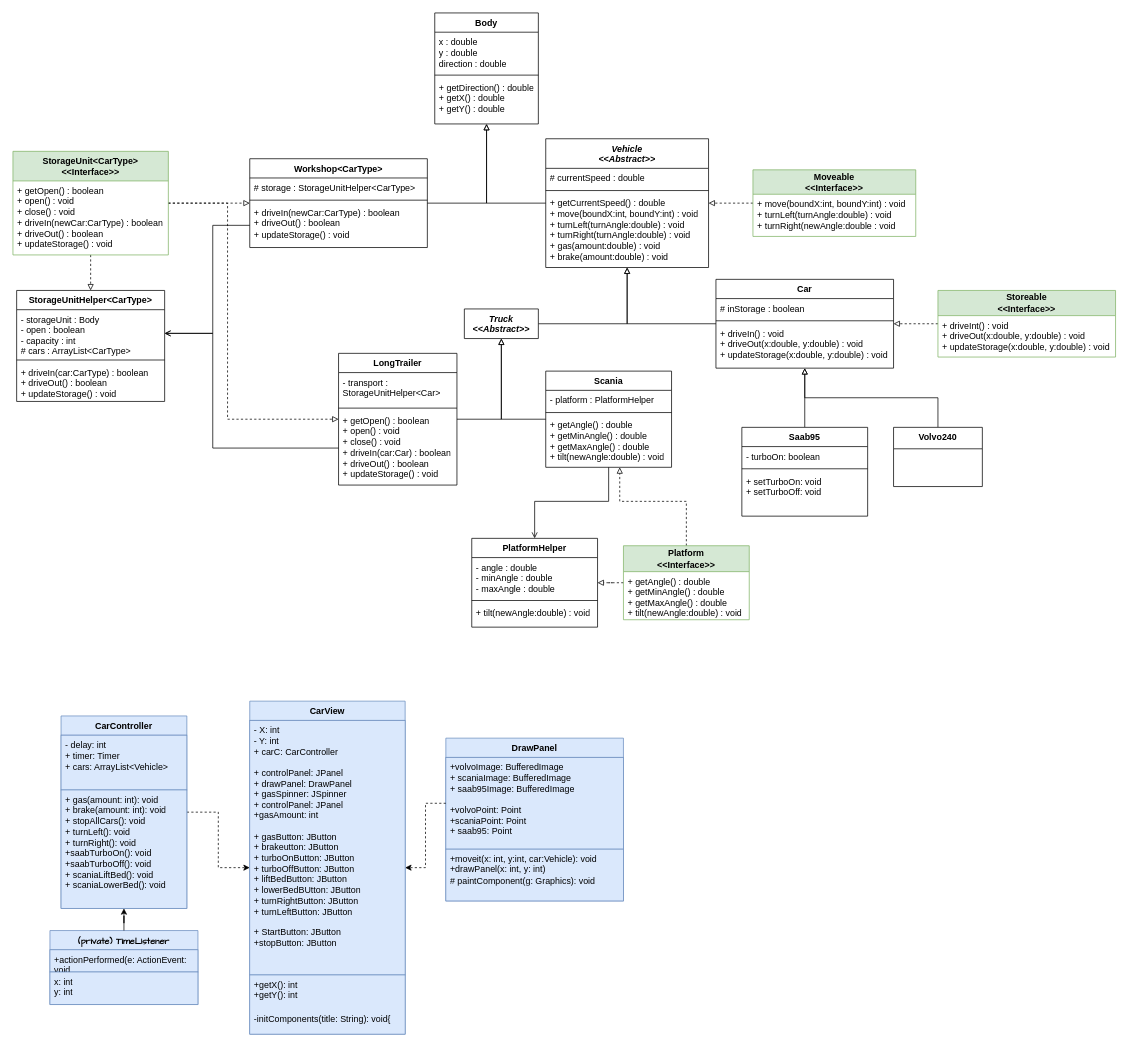
Above: Labb3pre.drawio in ErikFogelstrand/lab1-riktig (draw.io), before the change. Source tidied: cells renumbered, new cells numbered last; positions are measured from the earlier drawing's top-left corner, leaving out a move shared by most shapes. Both pictures are drawn from the tidied source at 74%, with x=0, y=0 at pixel (13, 13).
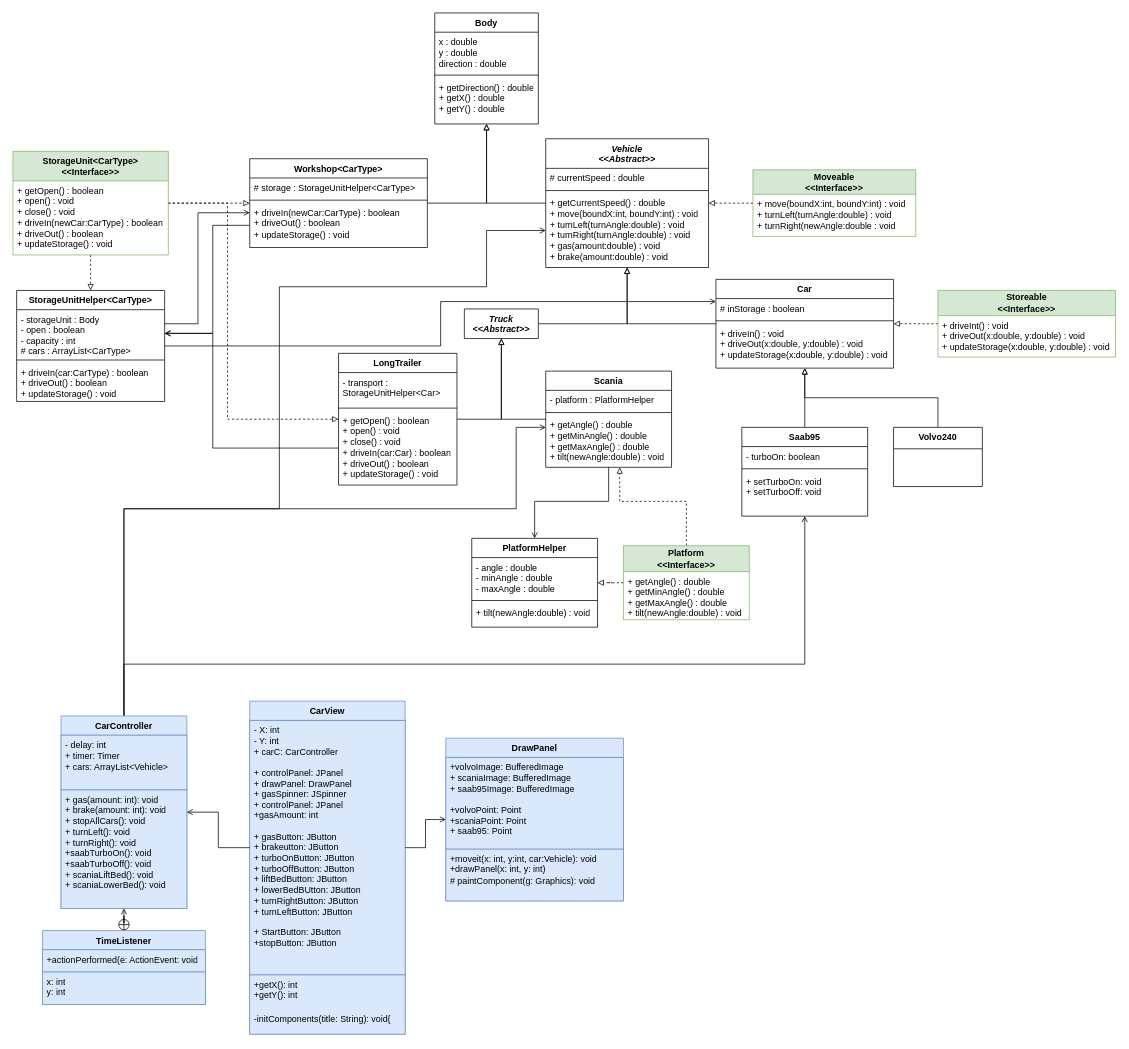
After the change.

The change refers to these unchanged cells:
```xml
<mxCell id="7" value="Car" style="swimlane;fontStyle=1;align=center;verticalAlign=top;horizontal=1;startSize=26;whiteSpace=wrap;html=1;" parent="1" vertex="1">
  <mxGeometry x="950" y="360" width="240" height="120" as="geometry" />
</mxCell>
<mxCell id="12" value="CarController" style="swimlane;fontStyle=1;align=center;verticalAlign=top;horizontal=1;startSize=26;whiteSpace=wrap;html=1;fillColor=#dae8fc;strokeColor=#6c8ebf;" parent="1" vertex="1">
  <mxGeometry x="65" y="950" width="170" height="260" as="geometry" />
</mxCell>
<mxCell id="15" value="CarView" style="swimlane;fontStyle=1;align=center;verticalAlign=top;horizontal=1;startSize=26;whiteSpace=wrap;html=1;fillColor=#dae8fc;strokeColor=#6c8ebf;" parent="1" vertex="1">
  <mxGeometry x="320" y="930" width="210" height="450" as="geometry" />
</mxCell>
<mxCell id="16" value="&lt;div&gt;- X: int&lt;/div&gt;&lt;div&gt;- Y: int&lt;br&gt;&lt;/div&gt;&lt;div&gt;+ carC: CarController&lt;/div&gt;&lt;br&gt;&lt;div&gt;+ controlPanel: JPanel&lt;br&gt;&lt;/div&gt;&lt;div&gt;+ drawPanel: DrawPanel&lt;/div&gt;&lt;div&gt;+ gasSpinner: JSpinner&lt;br&gt;&lt;/div&gt;&lt;div&gt;+ controlPanel: JPanel&lt;br&gt;&lt;/div&gt;&lt;div&gt;+gasAmount: int&lt;br&gt;&lt;/div&gt;&lt;div&gt;&lt;div&gt;&lt;br&gt;&lt;/div&gt;&lt;div&gt;+ gasButton: JButton&lt;/div&gt;&lt;div&gt;+ brakeutton: JButton&lt;/div&gt;&lt;/div&gt;&lt;div&gt;+ turboOnButton: JButton&lt;/div&gt;&lt;div&gt;+ turboOffButton: JButton&lt;/div&gt;&lt;div&gt;+ liftBedButton: JButton&lt;/div&gt;&lt;div&gt;+ lowerBedBUtton: JButton&lt;/div&gt;&lt;div&gt;+ turnRightButton: JButton &lt;br&gt;&lt;/div&gt;&lt;div&gt;+ turnLeftButton: JButton &lt;br&gt;&lt;/div&gt;&lt;div&gt;&lt;br&gt;&lt;/div&gt;&lt;div&gt;+ StartButton: JButton&lt;/div&gt;&lt;div&gt;+stopButton: JButton&lt;br&gt;&lt;/div&gt;&lt;div&gt;&lt;br&gt;&lt;/div&gt;" style="text;strokeColor=#6c8ebf;fillColor=#dae8fc;align=left;verticalAlign=top;spacingLeft=4;spacingRight=4;overflow=hidden;points=[[0,0.5],[1,0.5]];portConstraint=eastwest;whiteSpace=wrap;html=1;" parent="15" vertex="1">
  <mxGeometry y="26" width="210" height="344" as="geometry" />
</mxCell>
<mxCell id="18" value="DrawPanel" style="swimlane;fontStyle=1;align=center;verticalAlign=top;horizontal=1;startSize=26;whiteSpace=wrap;html=1;fillColor=#dae8fc;strokeColor=#6c8ebf;" parent="1" vertex="1">
  <mxGeometry x="585" y="980" width="240" height="220" as="geometry" />
</mxCell>
<mxCell id="19" value="&lt;div&gt;+volvoImage: BufferedImage&lt;/div&gt;&lt;div&gt;+ scaniaImage: BufferedImage&lt;br&gt;&lt;/div&gt;&lt;div&gt;+ saab95Image: BufferedImage&lt;/div&gt;&lt;div&gt;&lt;br&gt;&lt;/div&gt;&lt;div&gt;+volvoPoint: Point&lt;/div&gt;&lt;div&gt;+scaniaPoint: Point&lt;/div&gt;&lt;div&gt;+ saab95: Point&lt;/div&gt;" style="text;strokeColor=#6c8ebf;fillColor=#dae8fc;align=left;verticalAlign=top;spacingLeft=4;spacingRight=4;overflow=hidden;points=[[0,0.5],[1,0.5]];portConstraint=eastwest;whiteSpace=wrap;html=1;" parent="18" vertex="1">
  <mxGeometry y="26" width="240" height="124" as="geometry" />
</mxCell>
<mxCell id="28" value="&lt;div&gt;Saab95&lt;/div&gt;" style="swimlane;fontStyle=1;align=center;verticalAlign=top;horizontal=1;startSize=26;whiteSpace=wrap;html=1;" parent="1" vertex="1">
  <mxGeometry x="985" y="560" width="170" height="120" as="geometry" />
</mxCell>
<mxCell id="36" value="Scania" style="swimlane;fontStyle=1;align=center;verticalAlign=top;horizontal=1;startSize=26;whiteSpace=wrap;html=1;" parent="1" vertex="1">
  <mxGeometry x="720" y="484" width="170" height="130" as="geometry" />
</mxCell>
<mxCell id="44" value="+ getCurrentSpeed() : double&lt;br&gt;+ move(boundX:int, boundY:int) : void&lt;br&gt;+ turnLeft(turnAngle:double) : void&lt;br&gt;+ turnRight(turnAngle:double) : void&lt;br&gt;+ gas(amount:double) : void&lt;br&gt;+ brake(amount:double) : void" style="text;strokeColor=none;fillColor=none;align=left;verticalAlign=top;spacingLeft=4;spacingRight=4;overflow=hidden;points=[[0,0.5],[1,0.5]];portConstraint=eastwest;whiteSpace=wrap;html=1;" parent="41" vertex="1">
  <mxGeometry y="74" width="220" height="100" as="geometry" />
</mxCell>
<mxCell id="45" value="StorageUnitHelper&amp;lt;CarType&amp;gt;" style="swimlane;fontStyle=1;align=center;verticalAlign=top;horizontal=1;startSize=26;whiteSpace=wrap;html=1;" parent="1" vertex="1">
  <mxGeometry x="5" y="375" width="200" height="150" as="geometry" />
</mxCell>
<mxCell id="46" value="- storageUnit : Body&lt;br&gt;- open : boolean&lt;br&gt;- capacity : int&lt;br&gt;# cars : ArrayList&amp;lt;CarType&amp;gt;" style="text;strokeColor=none;fillColor=none;align=left;verticalAlign=top;spacingLeft=4;spacingRight=4;overflow=hidden;points=[[0,0.5],[1,0.5]];portConstraint=eastwest;whiteSpace=wrap;html=1;" parent="45" vertex="1">
  <mxGeometry y="26" width="200" height="64" as="geometry" />
</mxCell>
<mxCell id="50" value="&lt;div&gt;Workshop&amp;lt;CarType&amp;gt;&lt;/div&gt;" style="swimlane;fontStyle=1;align=center;verticalAlign=top;horizontal=1;startSize=26;whiteSpace=wrap;html=1;" parent="1" vertex="1">
  <mxGeometry x="320" y="197" width="240" height="120" as="geometry" />
</mxCell>
```

Diff of the diagram source:
```diff
@@
-    <mxCell id="11" style="edgeStyle=orthogonalEdgeStyle;rounded=0;jettySize=auto;html=1;dashed=1;" parent="1" edge="1" source="12" target="15">
-      <mxGeometry relative="1" as="geometry" />
-    </mxCell>
+    <mxCell id="81" style="edgeStyle=orthogonalEdgeStyle;rounded=0;jettySize=auto;html=1;endArrow=open;endFill=0;" parent="1" edge="1" source="12" target="28">
+      <mxGeometry relative="1" as="geometry">
+        <Array as="points">
+          <mxPoint x="150" y="880" />
+          <mxPoint x="1070" y="880" />
+        </Array>
+      </mxGeometry>
+    </mxCell>
+    <mxCell id="82" style="edgeStyle=orthogonalEdgeStyle;rounded=0;jettySize=auto;html=1;endArrow=open;endFill=0;exitX=0.5;exitY=0;exitDx=0;exitDy=0;" parent="1" edge="1" source="12" target="36">
+      <mxGeometry relative="1" as="geometry">
+        <Array as="points">
+          <mxPoint x="150" y="670" />
+          <mxPoint x="680" y="670" />
+          <mxPoint x="680" y="560" />
+        </Array>
+      </mxGeometry>
+    </mxCell>
+    <mxCell id="83" style="edgeStyle=orthogonalEdgeStyle;rounded=0;jettySize=auto;html=1;endArrow=open;endFill=0;entryX=0;entryY=0.5;entryDx=0;entryDy=0;" parent="1" edge="1" source="12" target="44">
+      <mxGeometry relative="1" as="geometry">
+        <Array as="points">
+          <mxPoint x="150" y="670" />
+          <mxPoint x="360" y="670" />
+          <mxPoint x="360" y="370" />
+          <mxPoint x="640" y="370" />
+          <mxPoint x="640" y="294" />
+        </Array>
+      </mxGeometry>
+    </mxCell>
@@
+    <mxCell id="84" style="edgeStyle=orthogonalEdgeStyle;rounded=0;jettySize=auto;html=1;endArrow=open;endFill=0;" parent="1" edge="1" source="45" target="50">
+      <mxGeometry relative="1" as="geometry">
+        <Array as="points">
+          <mxPoint x="250" y="420" />
+          <mxPoint x="250" y="270" />
+        </Array>
+      </mxGeometry>
+    </mxCell>
@@
-    <mxCell id="59" value="&lt;font face=&quot;Comic Sans MS&quot;&gt;(private) TimeListener &lt;/font&gt;" style="swimlane;fontStyle=1;align=center;verticalAlign=top;horizontal=1;startSize=26;whiteSpace=wrap;html=1;fillColor=#dae8fc;strokeColor=#6c8ebf;" parent="1" vertex="1">
-      <mxGeometry x="50" y="1240" width="200" height="100" as="geometry" />
+    <mxCell id="59" value="&lt;font face=&quot;Helvetica&quot;&gt;TimeListener &lt;/font&gt;" style="swimlane;fontStyle=1;align=center;verticalAlign=top;horizontal=1;startSize=26;whiteSpace=wrap;html=1;fillColor=#dae8fc;strokeColor=#6c8ebf;" parent="1" vertex="1">
+      <mxGeometry x="40" y="1240" width="220" height="100" as="geometry" />
     </mxCell>
     <mxCell id="60" value="+actionPerformed(e: ActionEvent: void" style="text;strokeColor=#6c8ebf;fillColor=#dae8fc;align=left;verticalAlign=top;spacingLeft=4;spacingRight=4;overflow=hidden;whiteSpace=wrap;html=1;" parent="59" vertex="1">
-      <mxGeometry y="26" width="200" height="30" as="geometry" />
+      <mxGeometry y="26" width="220" height="30" as="geometry" />
     </mxCell>
     <mxCell id="61" value="&lt;div&gt;x: int&lt;/div&gt;&lt;div&gt;y: int&lt;br&gt;&lt;/div&gt;" style="text;strokeColor=#6c8ebf;fillColor=#dae8fc;align=left;verticalAlign=top;spacingLeft=4;spacingRight=4;overflow=hidden;whiteSpace=wrap;html=1;" parent="59" vertex="1">
-      <mxGeometry y="56" width="200" height="44" as="geometry" />
+      <mxGeometry y="56" width="220" height="44" as="geometry" />
     </mxCell>
@@
-    <mxCell id="77" style="edgeStyle=orthogonalEdgeStyle;rounded=0;jettySize=auto;html=1;" parent="1" edge="1" source="59" target="12">
+    <mxCell id="77" style="edgeStyle=orthogonalEdgeStyle;rounded=0;jettySize=auto;html=1;endArrow=open;endFill=0;startArrow=circlePlus;startFill=0;" parent="1" edge="1" source="59" target="12">
       <mxGeometry relative="1" as="geometry" />
     </mxCell>
-    <mxCell id="78" style="edgeStyle=orthogonalEdgeStyle;rounded=0;jettySize=auto;html=1;dashed=1;" parent="1" edge="1" source="19" target="15">
-      <mxGeometry relative="1" as="geometry" />
-    </mxCell>
@@
+    <mxCell id="85" style="edgeStyle=orthogonalEdgeStyle;rounded=0;jettySize=auto;html=1;endArrow=open;endFill=0;" parent="1" edge="1" source="16" target="12">
+      <mxGeometry relative="1" as="geometry" />
+    </mxCell>
+    <mxCell id="86" style="edgeStyle=orthogonalEdgeStyle;rounded=0;jettySize=auto;html=1;endArrow=open;endFill=0;" parent="1" edge="1" source="16" target="18">
+      <mxGeometry relative="1" as="geometry" />
+    </mxCell>
+    <mxCell id="87" style="edgeStyle=orthogonalEdgeStyle;rounded=0;jettySize=auto;html=1;endArrow=open;endFill=0;" parent="1" edge="1" source="46" target="7">
+      <mxGeometry relative="1" as="geometry">
+        <Array as="points">
+          <mxPoint x="578" y="450" />
+          <mxPoint x="578" y="390" />
+        </Array>
+      </mxGeometry>
+    </mxCell>
```
